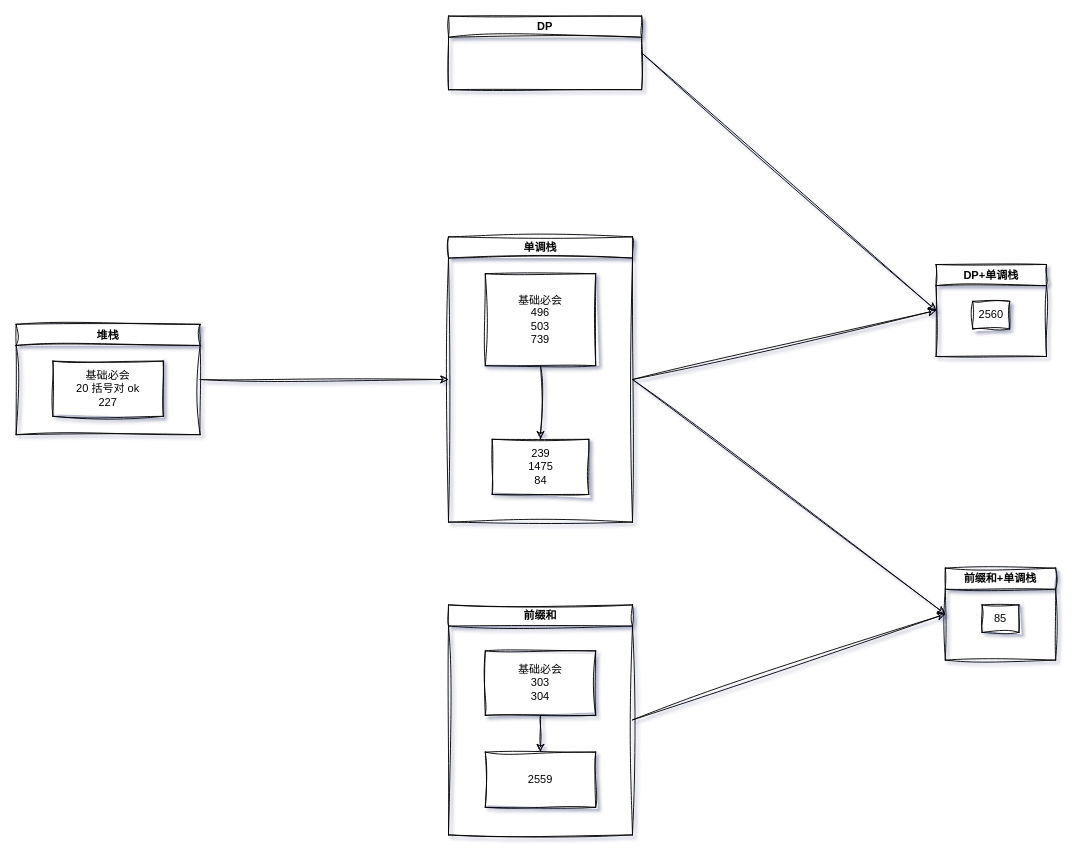
Before: 按图索骥.drawio in jssonx/algo-playground, a draw.io diagram. Source tidied: cells renumbered, new cells numbered last; positions are measured from the earlier drawing's top-left corner, leaving out a move shared by most shapes. Both pictures are drawn from the tidied source at 92%, with x=0, y=0 at pixel (16, 16).
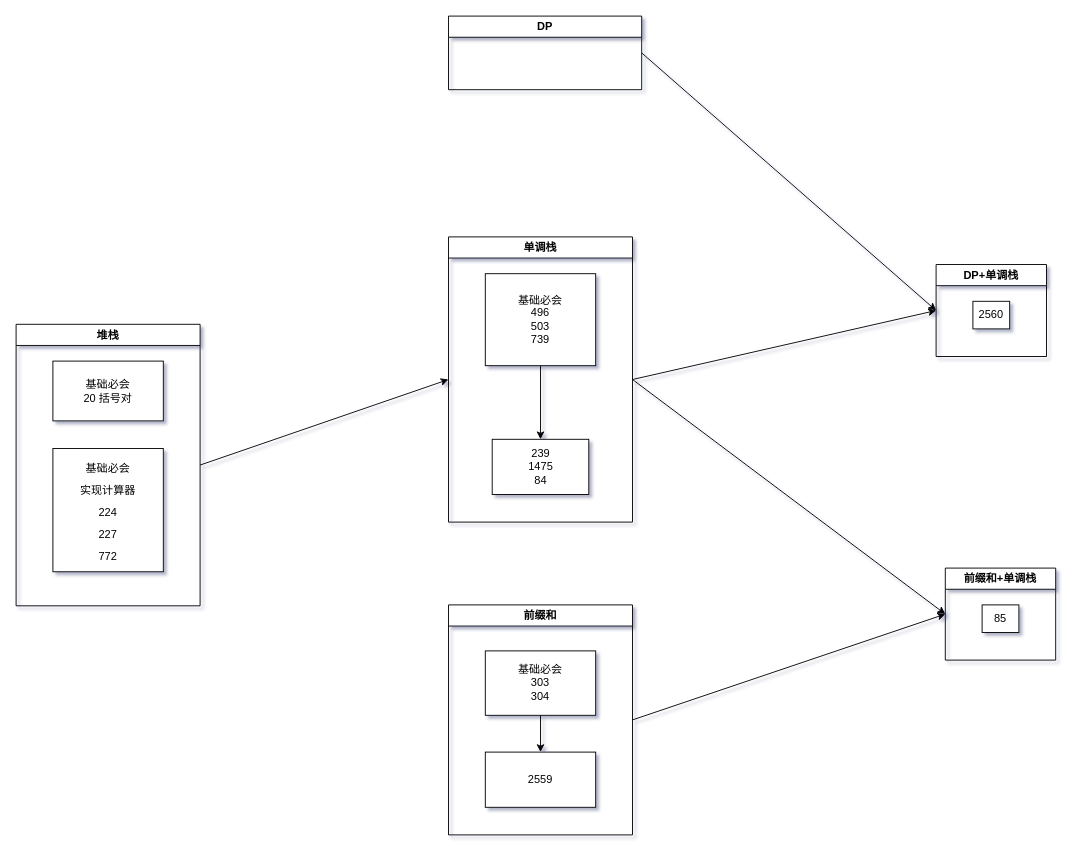
After the change.

Diff of the diagram source:
```diff
@@
-    <mxCell id="2" style="edgeStyle=none;html=1;entryX=0;entryY=0.5;entryDx=0;entryDy=0;exitX=1;exitY=0.5;exitDx=0;exitDy=0;rounded=0;sketch=1;curveFitting=1;jiggle=2;" parent="1" edge="1" source="3" target="11">
+    <mxCell id="2" style="edgeStyle=none;html=1;entryX=0;entryY=0.5;entryDx=0;entryDy=0;exitX=1;exitY=0.5;exitDx=0;exitDy=0;rounded=0;" parent="1" edge="1" source="3" target="11">
       <mxGeometry relative="1" as="geometry" />
     </mxCell>
-    <mxCell id="3" value="前缀和" style="swimlane;whiteSpace=wrap;html=1;rounded=0;sketch=1;curveFitting=1;jiggle=2;" parent="1" vertex="1">
+    <mxCell id="3" value="前缀和" style="swimlane;whiteSpace=wrap;html=1;rounded=0;" parent="1" vertex="1">
       <mxGeometry x="470" y="640" width="200" height="250" as="geometry" />
     </mxCell>
-    <mxCell id="4" style="edgeStyle=none;html=1;exitX=0.5;exitY=1;exitDx=0;exitDy=0;entryX=0.5;entryY=0;entryDx=0;entryDy=0;rounded=0;sketch=1;curveFitting=1;jiggle=2;" parent="3" edge="1" source="5" target="6">
+    <mxCell id="4" style="edgeStyle=none;html=1;exitX=0.5;exitY=1;exitDx=0;exitDy=0;entryX=0.5;entryY=0;entryDx=0;entryDy=0;rounded=0;" parent="3" edge="1" source="5" target="6">
       <mxGeometry relative="1" as="geometry" />
     </mxCell>
-    <mxCell id="5" value="基础必会&lt;br&gt;303&lt;br&gt;304" style="whiteSpace=wrap;html=1;rounded=0;sketch=1;curveFitting=1;jiggle=2;" parent="3" vertex="1">
+    <mxCell id="5" value="基础必会&lt;br&gt;303&lt;br&gt;304" style="whiteSpace=wrap;html=1;rounded=0;" parent="3" vertex="1">
       <mxGeometry x="40" y="50" width="120" height="70" as="geometry" />
     </mxCell>
-    <mxCell id="6" value="2559" style="whiteSpace=wrap;html=1;rounded=0;sketch=1;curveFitting=1;jiggle=2;" parent="3" vertex="1">
+    <mxCell id="6" value="2559" style="whiteSpace=wrap;html=1;rounded=0;" parent="3" vertex="1">
       <mxGeometry x="40" y="160" width="120" height="60" as="geometry" />
     </mxCell>
-    <mxCell id="7" value="单调栈" style="swimlane;whiteSpace=wrap;html=1;rounded=0;sketch=1;curveFitting=1;jiggle=2;" parent="1" vertex="1">
+    <mxCell id="7" value="单调栈" style="swimlane;whiteSpace=wrap;html=1;rounded=0;" parent="1" vertex="1">
       <mxGeometry x="470" y="240" width="200" height="310" as="geometry" />
     </mxCell>
-    <mxCell id="8" value="239&lt;br&gt;1475&lt;br&gt;84" style="whiteSpace=wrap;html=1;rounded=0;sketch=1;curveFitting=1;jiggle=2;" parent="7" vertex="1">
+    <mxCell id="8" value="239&lt;br&gt;1475&lt;br&gt;84" style="whiteSpace=wrap;html=1;rounded=0;" parent="7" vertex="1">
       <mxGeometry x="47.5" y="220" width="105" height="60" as="geometry" />
     </mxCell>
-    <mxCell id="9" style="edgeStyle=none;html=1;exitX=0.5;exitY=1;exitDx=0;exitDy=0;entryX=0.5;entryY=0;entryDx=0;entryDy=0;rounded=0;sketch=1;curveFitting=1;jiggle=2;" parent="7" edge="1" source="10" target="8">
+    <mxCell id="9" style="edgeStyle=none;html=1;exitX=0.5;exitY=1;exitDx=0;exitDy=0;entryX=0.5;entryY=0;entryDx=0;entryDy=0;rounded=0;" parent="7" edge="1" source="10" target="8">
       <mxGeometry relative="1" as="geometry" />
     </mxCell>
-    <mxCell id="10" value="基础必会&lt;br&gt;496&lt;br&gt;503&lt;br&gt;739" style="whiteSpace=wrap;html=1;rounded=0;sketch=1;curveFitting=1;jiggle=2;" parent="7" vertex="1">
+    <mxCell id="10" value="基础必会&lt;br&gt;496&lt;br&gt;503&lt;br&gt;739" style="whiteSpace=wrap;html=1;rounded=0;" parent="7" vertex="1">
       <mxGeometry x="40" y="40" width="120" height="100" as="geometry" />
     </mxCell>
-    <mxCell id="11" value="前缀和+单调栈" style="swimlane;whiteSpace=wrap;html=1;rounded=0;sketch=1;curveFitting=1;jiggle=2;" parent="1" vertex="1">
+    <mxCell id="11" value="前缀和+单调栈" style="swimlane;whiteSpace=wrap;html=1;rounded=0;" parent="1" vertex="1">
       <mxGeometry x="1010" y="600" width="120" height="100" as="geometry" />
     </mxCell>
-    <mxCell id="12" value="85" style="whiteSpace=wrap;html=1;rounded=0;sketch=1;curveFitting=1;jiggle=2;" parent="11" vertex="1">
+    <mxCell id="12" value="85" style="whiteSpace=wrap;html=1;rounded=0;" parent="11" vertex="1">
       <mxGeometry x="40" y="40" width="40" height="30" as="geometry" />
     </mxCell>
-    <mxCell id="13" style="endArrow=classic;html=1;exitX=1;exitY=0.5;exitDx=0;exitDy=0;entryX=0;entryY=0.5;entryDx=0;entryDy=0;rounded=0;sketch=1;curveFitting=1;jiggle=2;" parent="1" edge="1" source="7" target="11">
+    <mxCell id="13" style="endArrow=classic;html=1;exitX=1;exitY=0.5;exitDx=0;exitDy=0;entryX=0;entryY=0.5;entryDx=0;entryDy=0;rounded=0;" parent="1" edge="1" source="7" target="11">
       <mxGeometry relative="1" as="geometry" />
     </mxCell>
-    <mxCell id="14" value="DP+单调栈" style="swimlane;whiteSpace=wrap;html=1;startSize=23;rounded=0;sketch=1;curveFitting=1;jiggle=2;" parent="1" vertex="1">
+    <mxCell id="14" value="DP+单调栈" style="swimlane;whiteSpace=wrap;html=1;startSize=23;rounded=0;" parent="1" vertex="1">
       <mxGeometry x="1000" y="270" width="120" height="100" as="geometry" />
     </mxCell>
-    <mxCell id="15" value="2560" style="whiteSpace=wrap;html=1;rounded=0;sketch=1;curveFitting=1;jiggle=2;" parent="14" vertex="1">
+    <mxCell id="15" value="2560" style="whiteSpace=wrap;html=1;rounded=0;" parent="14" vertex="1">
       <mxGeometry x="40" y="40" width="40" height="30" as="geometry" />
     </mxCell>
-    <mxCell id="16" style="endArrow=classic;html=1;exitX=1;exitY=0.5;exitDx=0;exitDy=0;entryX=0;entryY=0.5;entryDx=0;entryDy=0;rounded=0;sketch=1;curveFitting=1;jiggle=2;" parent="1" edge="1" source="7" target="14">
+    <mxCell id="16" style="endArrow=classic;html=1;exitX=1;exitY=0.5;exitDx=0;exitDy=0;entryX=0;entryY=0.5;entryDx=0;entryDy=0;rounded=0;" parent="1" edge="1" source="7" target="14">
       <mxGeometry relative="1" as="geometry" />
     </mxCell>
-    <mxCell id="17" style="edgeStyle=none;html=1;exitX=1;exitY=0.5;exitDx=0;exitDy=0;entryX=0;entryY=0.5;entryDx=0;entryDy=0;rounded=0;sketch=1;curveFitting=1;jiggle=2;" parent="1" edge="1" source="18" target="14">
+    <mxCell id="17" style="edgeStyle=none;html=1;exitX=1;exitY=0.5;exitDx=0;exitDy=0;entryX=0;entryY=0.5;entryDx=0;entryDy=0;rounded=0;" parent="1" edge="1" source="18" target="14">
       <mxGeometry relative="1" as="geometry" />
     </mxCell>
-    <mxCell id="18" value="DP" style="swimlane;whiteSpace=wrap;html=1;rounded=0;sketch=1;curveFitting=1;jiggle=2;" parent="1" vertex="1">
+    <mxCell id="18" value="DP" style="swimlane;whiteSpace=wrap;html=1;rounded=0;" parent="1" vertex="1">
       <mxGeometry x="470" width="210" height="80" as="geometry" />
     </mxCell>
-    <mxCell id="19" style="edgeStyle=none;html=1;exitX=1;exitY=0.5;exitDx=0;exitDy=0;entryX=0;entryY=0.5;entryDx=0;entryDy=0;rounded=0;sketch=1;curveFitting=1;jiggle=2;" parent="1" edge="1" source="20" target="7">
+    <mxCell id="19" style="edgeStyle=none;html=1;exitX=1;exitY=0.5;exitDx=0;exitDy=0;entryX=0;entryY=0.5;entryDx=0;entryDy=0;rounded=0;" parent="1" edge="1" source="20" target="7">
       <mxGeometry relative="1" as="geometry" />
     </mxCell>
-    <mxCell id="20" value="堆栈" style="swimlane;whiteSpace=wrap;html=1;rounded=0;sketch=1;curveFitting=1;jiggle=2;" parent="1" vertex="1">
-      <mxGeometry y="335" width="200" height="120" as="geometry" />
+    <mxCell id="20" value="堆栈" style="swimlane;whiteSpace=wrap;html=1;rounded=0;" parent="1" vertex="1">
+      <mxGeometry y="335" width="200" height="306" as="geometry" />
     </mxCell>
-    <mxCell id="21" value="基础必会&lt;br&gt;20 括号对 ok&lt;br&gt;227" style="whiteSpace=wrap;html=1;rounded=0;sketch=1;curveFitting=1;jiggle=2;" parent="20" vertex="1">
-      <mxGeometry x="40" y="40" width="120" height="60" as="geometry" />
+    <mxCell id="21" value="基础必会&lt;br&gt;20 括号对" style="whiteSpace=wrap;html=1;rounded=0;" parent="20" vertex="1">
+      <mxGeometry x="40" y="40" width="120" height="65" as="geometry" />
     </mxCell>
+    <mxCell id="22" value="&lt;font style=&quot;font-size: 12px;&quot;&gt;&lt;font face=&quot;Helvetica&quot;&gt;基础必会&lt;br&gt;实现计算器&lt;br&gt;224&lt;br&gt;227&lt;br&gt;772&lt;/font&gt;&lt;br&gt;&lt;/font&gt;" style="whiteSpace=wrap;html=1;hachureGap=4;fontFamily=Architects Daughter;fontSize=20;" parent="20" vertex="1">
+      <mxGeometry x="40" y="135" width="120" height="134" as="geometry" />
+    </mxCell>
```
